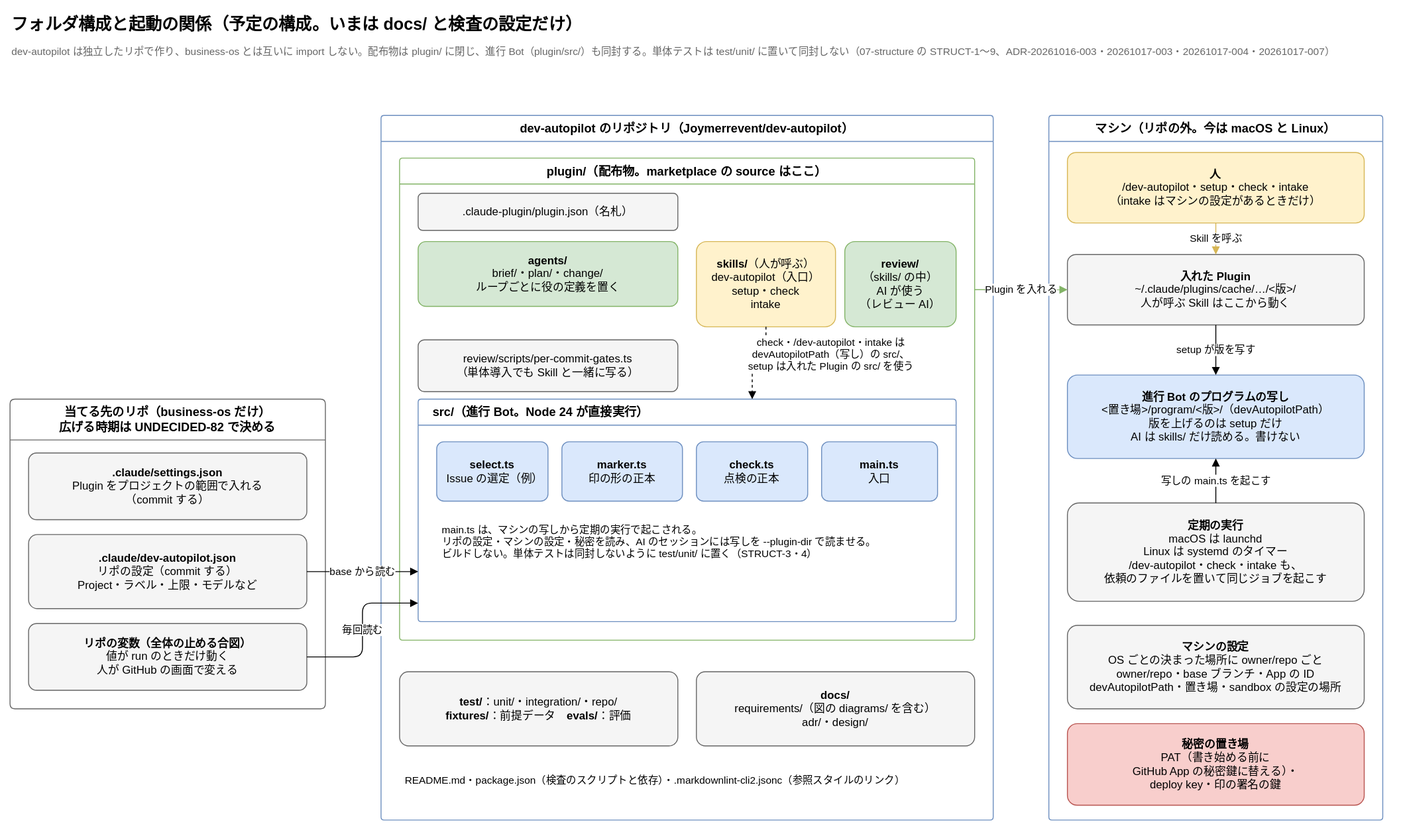
The draw.io diagram docs/requirements/diagrams/structure.drawio.svg in Joymerrevent/dev-autopilot, before a commit. Source tidied: cells renumbered, new cells last; positions are measured from the earlier drawing's top-left corner, leaving out a move shared by most shapes.
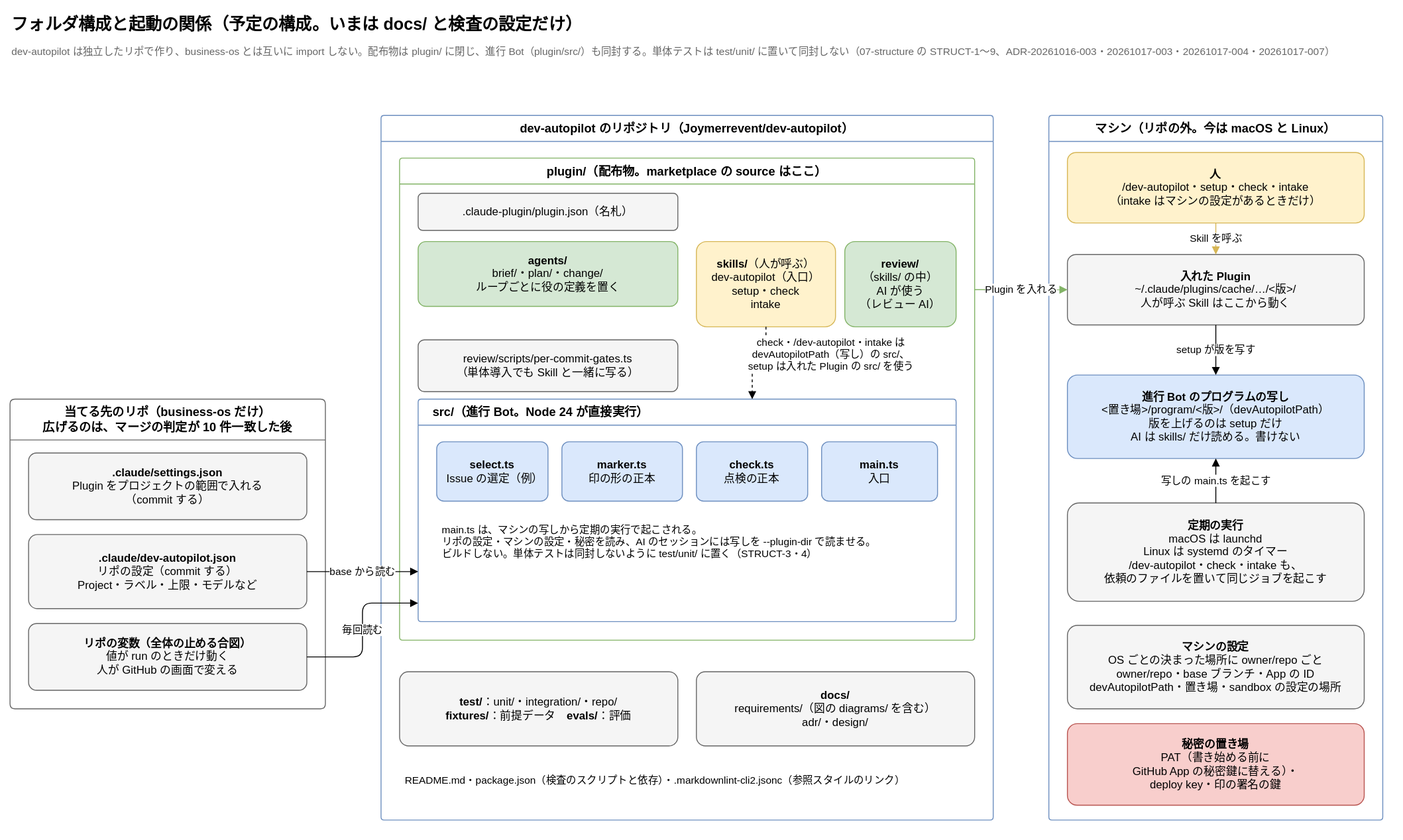
Above is the later version.

Commit message:
docs: 構成の図の当てる先のリポの見出しを、広げる時期の条件に直す

図 structure の「当てる先のリポ」の見出しの 2 行目を、「UNDECIDED-82 で決める」から
「広げるのは、マージの判定が 10 件一致した後」に直す（ADR-20261028-003）。

Claude-Session: https://claude.ai/code/session_01LvmXQKtqBk1ABFg8BQJo1c

Change to the diagram source:
```diff
@@ -8,7 +8,7 @@
     <mxCell id="3" value="dev-autopilot は独立したリポで作り、business-os とは互いに import しない。配布物は plugin/ に閉じ、進行 Bot（plugin/src/）も同封する。単体テストは test/unit/ に置いて同封しない（07-structure の STRUCT-1〜9、ADR-20261016-003・20261017-003・20261017-004・20261017-007）" style="text;html=1;whiteSpace=wrap;align=left;verticalAlign=top;fontSize=11;fontColor=#666666;" parent="1" vertex="1">
       <mxGeometry y="32" width="1480" height="22" as="geometry" />
     </mxCell>
-    <mxCell id="4" value="当てる先のリポ（business-os だけ）&lt;br&gt;広げる時期は UNDECIDED-82 で決める" style="swimlane;startSize=44;html=1;whiteSpace=wrap;rounded=1;arcSize=4;fontStyle=1;fontSize=13;strokeColor=#666666;fillColor=none;swimlaneFillColor=none;" parent="1" vertex="1">
+    <mxCell id="4" value="当てる先のリポ（business-os だけ）&lt;br&gt;広げるのは、マージの判定が 10 件一致した後" style="swimlane;startSize=44;html=1;whiteSpace=wrap;rounded=1;arcSize=4;fontStyle=1;fontSize=13;strokeColor=#666666;fillColor=none;swimlaneFillColor=none;" parent="1" vertex="1">
       <mxGeometry y="420" width="340" height="334" as="geometry" />
     </mxCell>
     <mxCell id="5" value="&lt;b&gt;.claude/settings.json&lt;/b&gt;&lt;br&gt;Plugin をプロジェクトの範囲で入れる&lt;br&gt;（commit する）" style="rounded=1;whiteSpace=wrap;html=1;fontSize=12;arcSize=12;fillColor=#f5f5f5;strokeColor=#666666;spacing=12;" parent="4" vertex="1">
```
